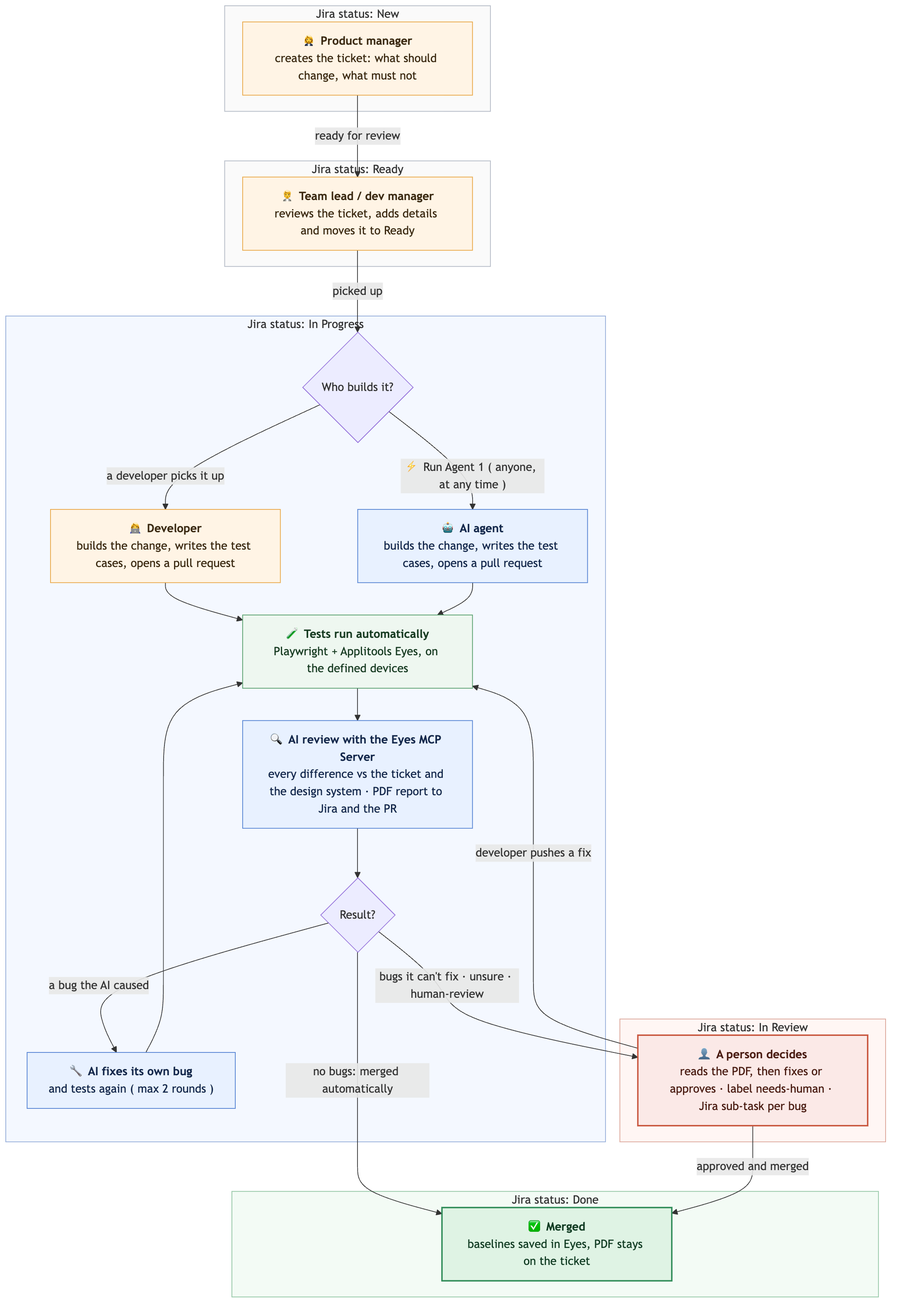
Earlier version of the Mermaid export docs/images/user-flow.png (ssharma007-dev/wikipedia-visual-ci). Its source is kept beside it as docs/images/user-flow.mmd.
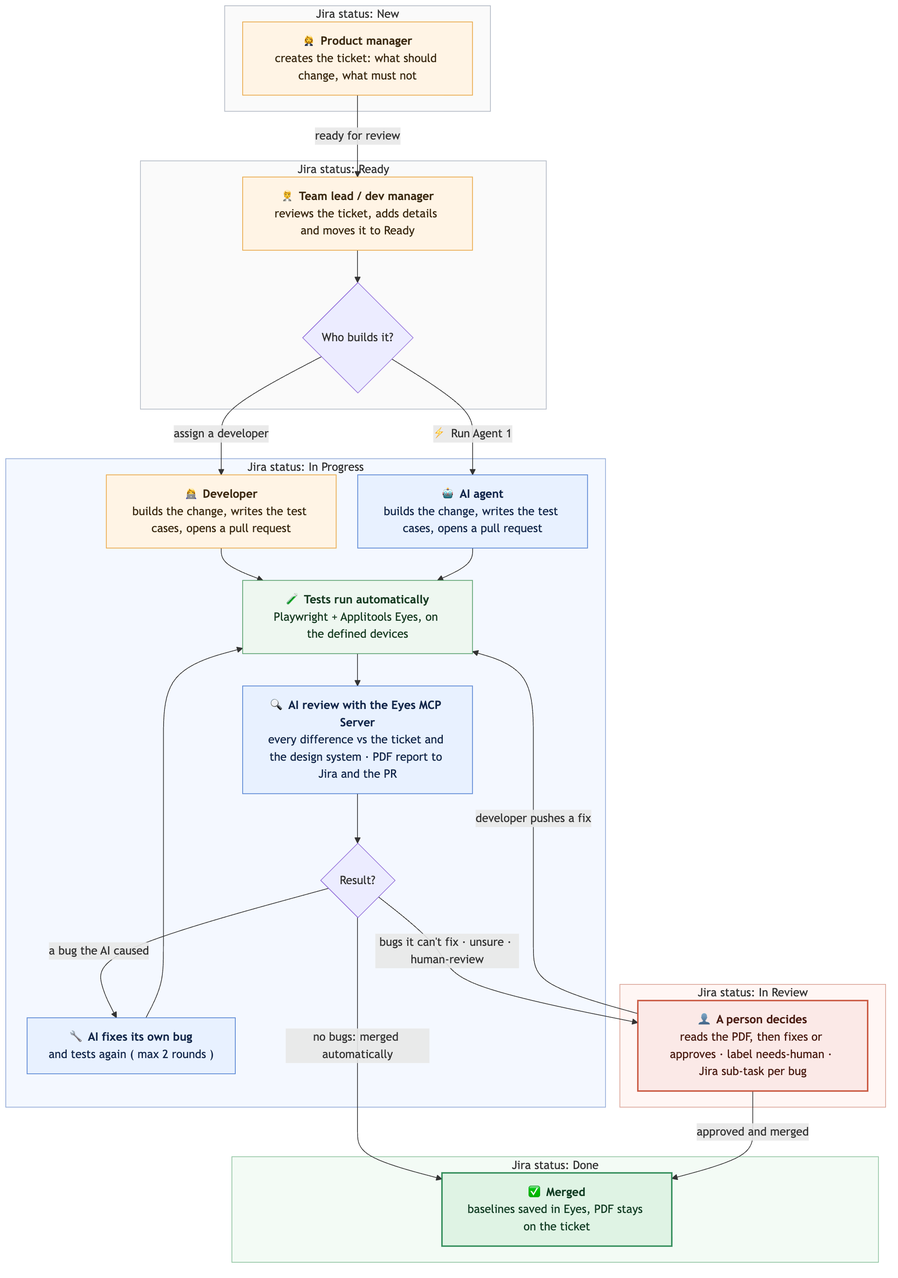
The same diagram one commit later.

Commit message:
Ready decides who builds it (developer or AI agent); ticket-flow diagram at the top of the README

Diff of the diagram source:
```diff
@@ -5,9 +5,9 @@
     end
     subgraph S2["Jira status: Ready"]
         B["🧑‍💼 <b>Team lead / dev manager</b><br/>reviews the ticket, adds details and moves it to Ready"]
+        C{"Who builds it?"}
     end
     subgraph S3["Jira status: In Progress"]
-        C{"Who builds it?"}
         D["👩‍💻 <b>Developer</b><br/>builds the change, writes the test cases, opens a pull request"]
         E["🤖 <b>AI agent</b><br/>builds the change, writes the test cases, opens a pull request"]
         F["🧪 <b>Tests run automatically</b><br/>Playwright + Applitools Eyes, on the defined devices"]
@@ -23,9 +23,9 @@
     end
 
     A -->|"ready for review"| B
-    B -->|"picked up"| C
-    C -->|"a developer picks it up"| D
-    C -->|"⚡ Run Agent 1 ( anyone, at any time )"| E
+    B --> C
+    C -->|"assign a developer"| D
+    C -->|"⚡ Run Agent 1"| E
     D --> F
     E --> F
     F --> G
```
